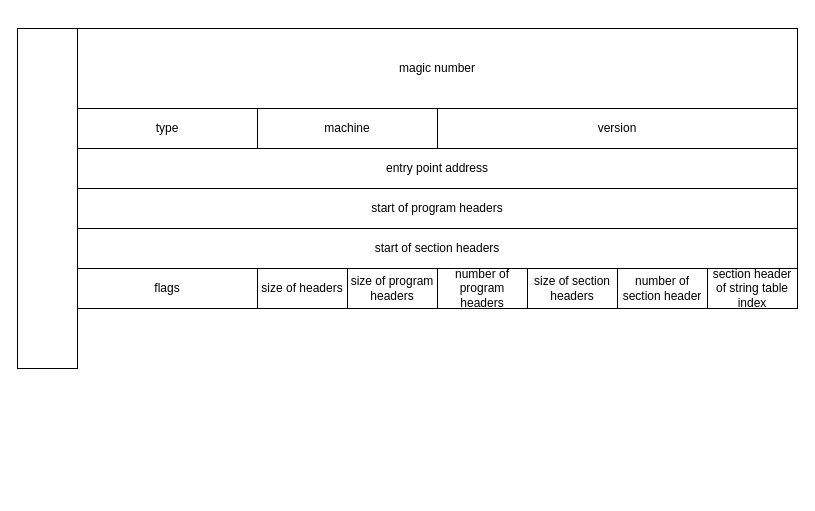
Above: 程序员的自我修养/elf.drawio in SWJTUjch/obsidian (draw.io), before the change. Source tidied: cells renumbered, new cells numbered last; positions are measured from the earlier drawing's top-left corner, leaving out a move shared by most shapes. Both pictures are drawn from the tidied source at 100%, with x=0, y=0 at pixel (17, 28).
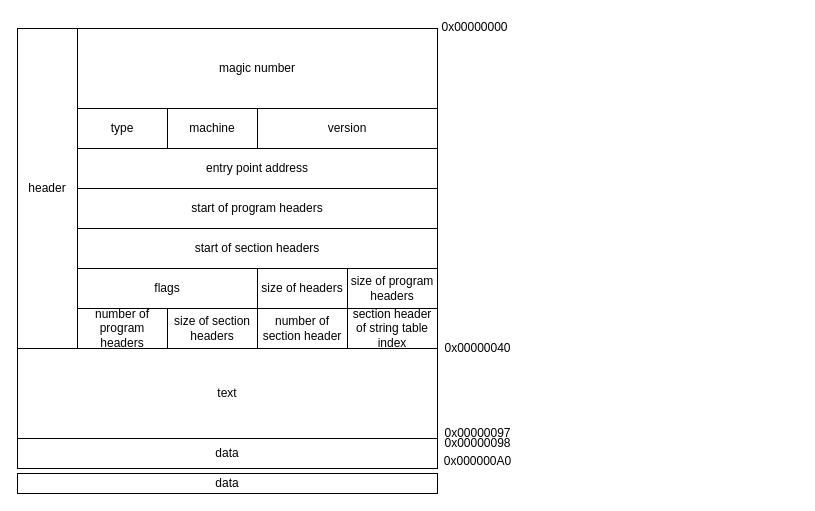
The same page after the edit.

Commit message (it also covers changes not shown here):
vault backup: 2023-09-27 23:45:56

Diff of the diagram source:
```diff
@@
-    <mxCell id="2" style="rounded=0;whiteSpace=wrap;html=1;" parent="1" vertex="1">
-      <mxGeometry width="60" height="340" as="geometry" />
+    <mxCell id="2" value="header" style="rounded=0;whiteSpace=wrap;html=1;" parent="1" vertex="1">
+      <mxGeometry width="60" height="320" as="geometry" />
     </mxCell>
     <mxCell id="3" value="magic number" style="rounded=0;whiteSpace=wrap;html=1;" parent="1" vertex="1">
-      <mxGeometry x="60" width="720" height="80" as="geometry" />
+      <mxGeometry x="60" width="360" height="80" as="geometry" />
     </mxCell>
     <mxCell id="4" value="type" style="rounded=0;whiteSpace=wrap;html=1;" parent="1" vertex="1">
-      <mxGeometry x="60" y="80" width="180" height="40" as="geometry" />
+      <mxGeometry x="60" y="80" width="90" height="40" as="geometry" />
     </mxCell>
     <mxCell id="5" value="machine" style="rounded=0;whiteSpace=wrap;html=1;" parent="1" vertex="1">
-      <mxGeometry x="240" y="80" width="180" height="40" as="geometry" />
+      <mxGeometry x="150" y="80" width="90" height="40" as="geometry" />
     </mxCell>
     <mxCell id="6" value="version" style="rounded=0;whiteSpace=wrap;html=1;" parent="1" vertex="1">
-      <mxGeometry x="420" y="80" width="360" height="40" as="geometry" />
+      <mxGeometry x="240" y="80" width="180" height="40" as="geometry" />
     </mxCell>
     <mxCell id="7" value="entry point address" style="rounded=0;whiteSpace=wrap;html=1;" parent="1" vertex="1">
-      <mxGeometry x="60" y="120" width="720" height="40" as="geometry" />
+      <mxGeometry x="60" y="120" width="360" height="40" as="geometry" />
     </mxCell>
     <mxCell id="8" value="start of program headers" style="rounded=0;whiteSpace=wrap;html=1;" parent="1" vertex="1">
-      <mxGeometry x="60" y="160" width="720" height="40" as="geometry" />
+      <mxGeometry x="60" y="160" width="360" height="40" as="geometry" />
     </mxCell>
     <mxCell id="9" value="start of section headers" style="rounded=0;whiteSpace=wrap;html=1;" parent="1" vertex="1">
-      <mxGeometry x="60" y="200" width="720" height="40" as="geometry" />
+      <mxGeometry x="60" y="200" width="360" height="40" as="geometry" />
     </mxCell>
@@
     <mxCell id="13" value="&lt;font style=&quot;line-height: 120% ; font-size: 12px&quot;&gt;number of program headers&lt;/font&gt;" style="rounded=0;whiteSpace=wrap;html=1;" parent="1" vertex="1">
-      <mxGeometry x="420" y="240" width="90" height="40" as="geometry" />
+      <mxGeometry x="60" y="280" width="90" height="40" as="geometry" />
     </mxCell>
     <mxCell id="14" value="&lt;font style=&quot;line-height: 120% ; font-size: 12px&quot;&gt;size of section headers&lt;/font&gt;" style="rounded=0;whiteSpace=wrap;html=1;" parent="1" vertex="1">
-      <mxGeometry x="510" y="240" width="90" height="40" as="geometry" />
+      <mxGeometry x="150" y="280" width="90" height="40" as="geometry" />
     </mxCell>
     <mxCell id="15" value="&lt;font style=&quot;line-height: 120% ; font-size: 12px&quot;&gt;number of section header&lt;/font&gt;" style="rounded=0;whiteSpace=wrap;html=1;" parent="1" vertex="1">
-      <mxGeometry x="600" y="240" width="90" height="40" as="geometry" />
+      <mxGeometry x="240" y="280" width="90" height="40" as="geometry" />
     </mxCell>
     <mxCell id="16" value="&lt;font style=&quot;line-height: 120% ; font-size: 12px&quot;&gt;section header of string table index&lt;/font&gt;" style="rounded=0;whiteSpace=wrap;html=1;" parent="1" vertex="1">
-      <mxGeometry x="690" y="240" width="90" height="40" as="geometry" />
+      <mxGeometry x="330" y="280" width="90" height="40" as="geometry" />
     </mxCell>
+    <mxCell id="17" value="0x00000000" style="text;html=1;align=center;verticalAlign=middle;" parent="1" vertex="1">
+      <mxGeometry x="417" y="-11" width="80" height="20" as="geometry" />
+    </mxCell>
+    <mxCell id="18" value="0x00000040" style="text;html=1;align=center;verticalAlign=middle;" parent="1" vertex="1">
+      <mxGeometry x="420" y="310" width="80" height="20" as="geometry" />
+    </mxCell>
+    <mxCell id="19" value="text" style="rounded=0;whiteSpace=wrap;html=1;" parent="1" vertex="1">
+      <mxGeometry y="320" width="420" height="90" as="geometry" />
+    </mxCell>
+    <mxCell id="20" value="0x00000097" style="text;html=1;align=center;verticalAlign=middle;" parent="1" vertex="1">
+      <mxGeometry x="420" y="395" width="80" height="20" as="geometry" />
+    </mxCell>
+    <mxCell id="21" value="data" style="rounded=0;whiteSpace=wrap;html=1;" parent="1" vertex="1">
+      <mxGeometry y="410" width="420" height="30" as="geometry" />
+    </mxCell>
+    <mxCell id="22" value="0x00000098" style="text;html=1;align=center;verticalAlign=middle;" parent="1" vertex="1">
+      <mxGeometry x="420" y="405" width="80" height="20" as="geometry" />
+    </mxCell>
+    <mxCell id="23" value="0x000000A0" style="text;html=1;align=center;verticalAlign=middle;" parent="1" vertex="1">
+      <mxGeometry x="420" y="423" width="80" height="20" as="geometry" />
+    </mxCell>
+    <mxCell id="24" value="data" style="rounded=0;whiteSpace=wrap;html=1;" parent="1" vertex="1">
+      <mxGeometry y="445" width="420" height="20" as="geometry" />
+    </mxCell>
```
